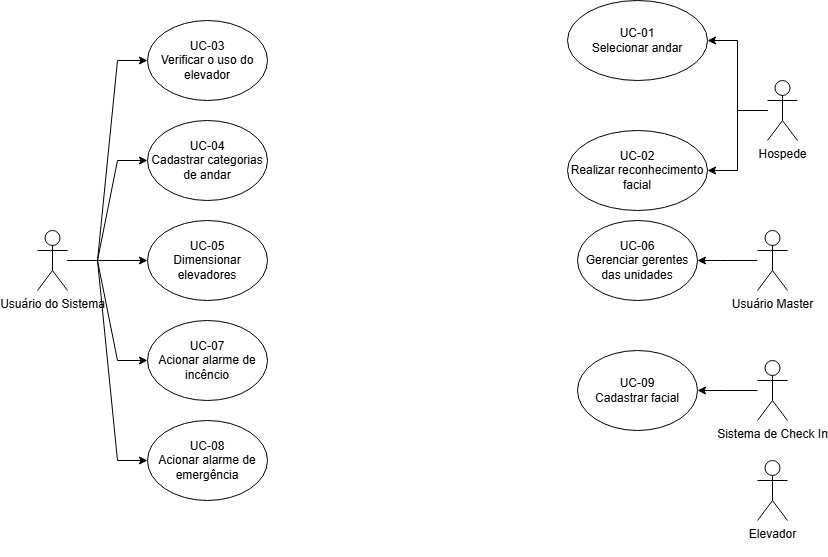
The draw.io diagram Diagramas/Casos De Uso/Imagens/casos_de_uso.drawio.png in HenriqueFinatti/Modelagem_De_Software_Projeto_2, before a commit. Source tidied: cells renumbered, new cells last; positions are measured from the earlier drawing's top-left corner, leaving out a move shared by most shapes.
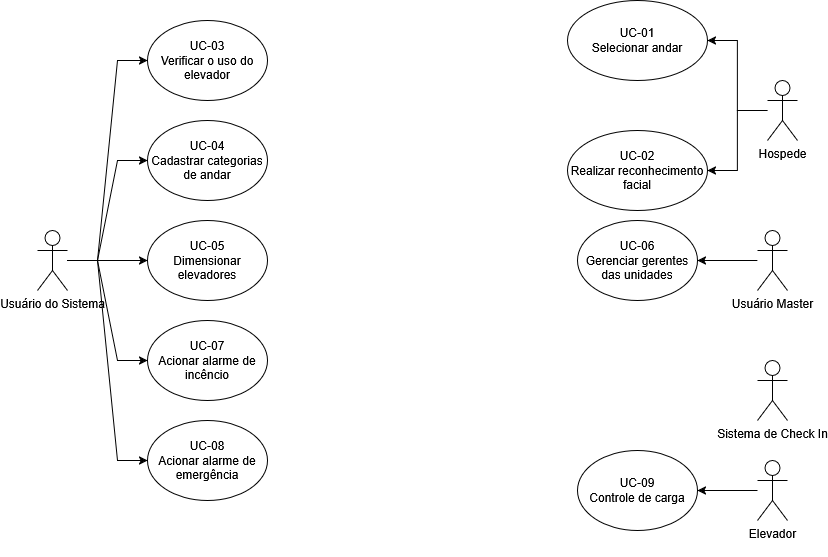
Above is the later version.

Commit message:
Diagramas de sequencias

Change to the diagram source:
```diff
@@ -59,17 +59,17 @@
     <mxCell id="20" value="&lt;div&gt;UC-06&lt;/div&gt;&lt;div&gt;Gerenciar gerentes das unidades&lt;/div&gt;" style="ellipse;whiteSpace=wrap;html=1;" parent="1" vertex="1">
       <mxGeometry x="540" y="220" width="120" height="80" as="geometry" />
     </mxCell>
-    <mxCell id="21" style="edgeStyle=entityRelationEdgeStyle;rounded=0;jettySize=auto;html=1;entryX=1;entryY=0.5;entryDx=0;entryDy=0;" parent="1" edge="1" source="22" target="23">
-      <mxGeometry relative="1" as="geometry" />
-    </mxCell>
     <mxCell id="22" value="Sistema de Check In" style="shape=umlActor;verticalLabelPosition=bottom;verticalAlign=top;html=1;outlineConnect=0;" parent="1" vertex="1">
       <mxGeometry x="720" y="360" width="30" height="60" as="geometry" />
     </mxCell>
-    <mxCell id="23" value="&lt;div&gt;UC-09&lt;/div&gt;&lt;div&gt;Cadastrar facial&lt;/div&gt;" style="ellipse;whiteSpace=wrap;html=1;" parent="1" vertex="1">
-      <mxGeometry x="540" y="350" width="120" height="80" as="geometry" />
-    </mxCell>
+    <mxCell id="25" style="edgeStyle=orthogonalEdgeStyle;rounded=0;jettySize=auto;html=1;entryX=1;entryY=0.5;entryDx=0;entryDy=0;" parent="1" edge="1" source="24" target="26">
+      <mxGeometry relative="1" as="geometry" />
+    </mxCell>
     <mxCell id="24" value="Elevador&lt;div&gt;&lt;br&gt;&lt;/div&gt;" style="shape=umlActor;verticalLabelPosition=bottom;verticalAlign=top;html=1;outlineConnect=0;" parent="1" vertex="1">
       <mxGeometry x="720" y="460" width="30" height="60" as="geometry" />
     </mxCell>
+    <mxCell id="26" value="&lt;div&gt;UC-09&lt;/div&gt;&lt;div&gt;Controle de carga&lt;/div&gt;" style="ellipse;whiteSpace=wrap;html=1;" parent="1" vertex="1">
+      <mxGeometry x="540" y="450" width="120" height="80" as="geometry" />
+    </mxCell>
   </root>
 </mxGraphModel>
```
